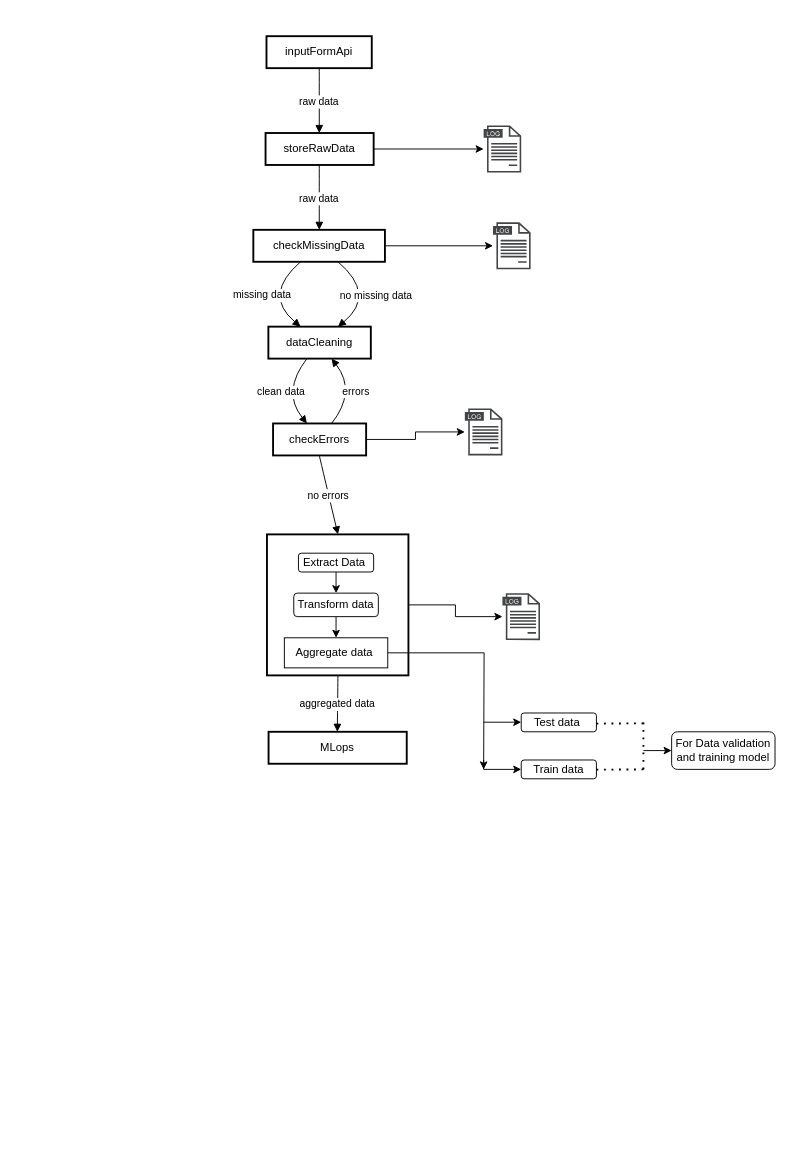
Before: Untitled Diagram.drawio in samyak9anand/Python_Data_Science, a draw.io diagram. Source tidied: cells renumbered, new cells numbered last; positions are measured from the earlier drawing's top-left corner, leaving out a move shared by most shapes. Both pictures are drawn from the tidied source at 94%, with x=0, y=0 at pixel (253, 36).
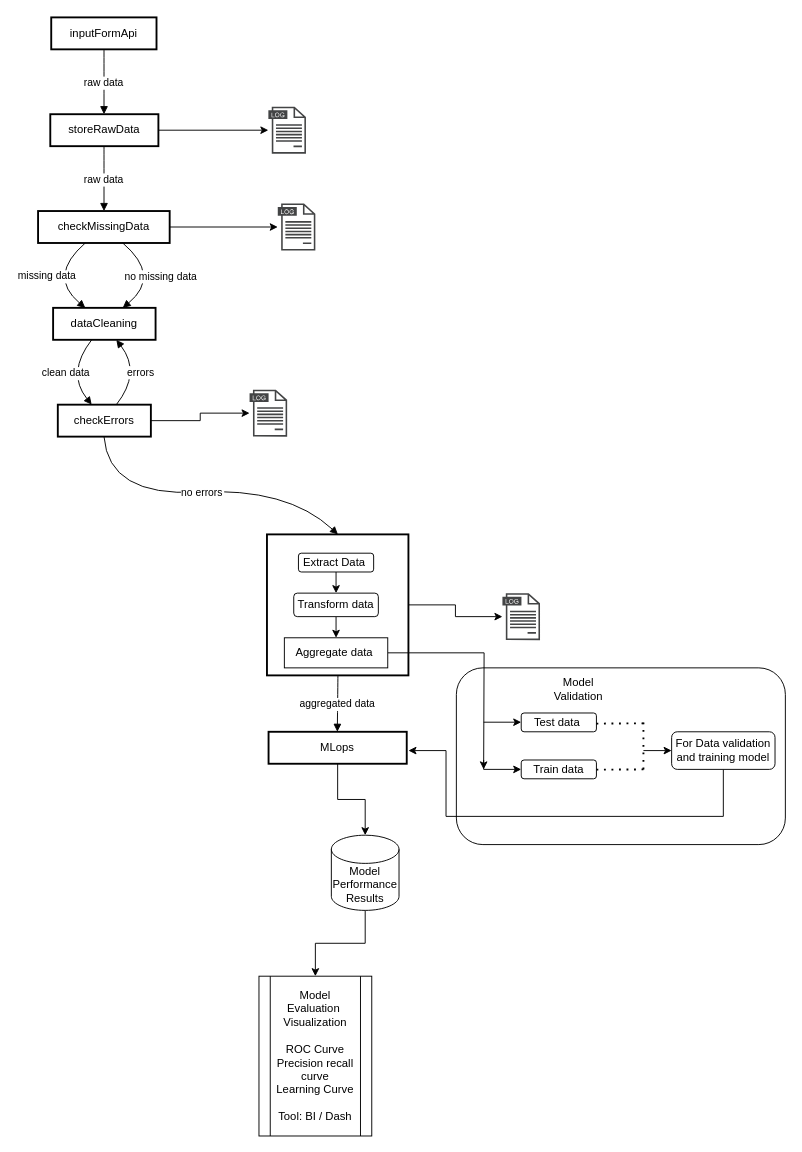
The same page after the edit.

The change refers to these unchanged cells:
```xml
<mxCell id="11" style="whiteSpace=wrap;strokeWidth=2;" parent="1" vertex="1">
  <mxGeometry x="14.5" y="530" width="150.5" height="150" as="geometry" />
</mxCell>
<mxCell id="12" value="MLops" style="whiteSpace=wrap;strokeWidth=2;" parent="1" vertex="1">
  <mxGeometry x="16.2" y="740" width="147" height="34" as="geometry" />
</mxCell>
<mxCell id="35" value="For Data validation and training model" style="rounded=1;whiteSpace=wrap;html=1;" parent="1" vertex="1">
  <mxGeometry x="445" y="740" width="110" height="40" as="geometry" />
</mxCell>
```

What changed in the source:
```diff
@@
+    <mxCell id="40" style="rounded=1;whiteSpace=wrap;html=1;" parent="1" vertex="1">
+      <mxGeometry x="216" y="672" width="350" height="188" as="geometry" />
+    </mxCell>
     <mxCell id="2" value="inputFormApi" style="whiteSpace=wrap;strokeWidth=2;" parent="1" vertex="1">
-      <mxGeometry x="14" width="112" height="34" as="geometry" />
+      <mxGeometry x="-215" y="-20" width="112" height="34" as="geometry" />
     </mxCell>
@@
     <mxCell id="4" value="storeRawData" style="whiteSpace=wrap;strokeWidth=2;" parent="1" vertex="1">
-      <mxGeometry x="13" y="103" width="115" height="34" as="geometry" />
+      <mxGeometry x="-216" y="83" width="115" height="34" as="geometry" />
     </mxCell>
@@
     <mxCell id="6" value="checkMissingData" style="whiteSpace=wrap;strokeWidth=2;" parent="1" vertex="1">
-      <mxGeometry y="206" width="140" height="34" as="geometry" />
+      <mxGeometry x="-229" y="186" width="140" height="34" as="geometry" />
     </mxCell>
     <mxCell id="7" value="dataCleaning" style="whiteSpace=wrap;strokeWidth=2;" parent="1" vertex="1">
-      <mxGeometry x="16" y="309" width="109" height="34" as="geometry" />
+      <mxGeometry x="-213" y="289" width="109" height="34" as="geometry" />
     </mxCell>
@@
     <mxCell id="9" value="checkErrors" style="whiteSpace=wrap;strokeWidth=2;" parent="1" vertex="1">
-      <mxGeometry x="21" y="412" width="99" height="34" as="geometry" />
+      <mxGeometry x="-208" y="392" width="99" height="34" as="geometry" />
     </mxCell>
@@
+    <mxCell id="41" style="edgeStyle=orthogonalEdgeStyle;rounded=0;jettySize=auto;html=1;" parent="1" edge="1" source="12" target="45">
+      <mxGeometry relative="1" as="geometry" />
+    </mxCell>
@@
     <mxCell id="15" value="missing data" style="curved=1;startArrow=none;endArrow=block;exitX=0.35881682884015254;exitY=1;entryX=0.31407666089560876;entryY=0;" parent="1" edge="1" source="6" target="7">
       <mxGeometry relative="1" as="geometry">
         <Array as="points">
-          <mxPoint x="10" y="275" />
+          <mxPoint x="-219" y="255" />
         </Array>
       </mxGeometry>
     </mxCell>
     <mxCell id="16" value="no missing data" style="curved=1;startArrow=none;endArrow=block;exitX=0.643387412231276;exitY=1;entryX=0.6795801624988866;entryY=0;" parent="1" edge="1" source="6" target="7">
       <mxGeometry relative="1" as="geometry">
         <Array as="points">
-          <mxPoint x="131" y="275" />
+          <mxPoint x="-98" y="255" />
         </Array>
       </mxGeometry>
     </mxCell>
     <mxCell id="17" value="clean data" style="curved=1;startArrow=none;endArrow=block;exitX=0.37647262876324933;exitY=1;entryX=0.3639951165171129;entryY=0;" parent="1" edge="1" source="7" target="9">
       <mxGeometry relative="1" as="geometry">
         <Array as="points">
-          <mxPoint x="30" y="378" />
+          <mxPoint x="-199" y="358" />
         </Array>
       </mxGeometry>
     </mxCell>
     <mxCell id="18" value="errors" style="curved=1;startArrow=none;endArrow=block;exitX=0.6290209819677356;exitY=0;entryX=0.6171841946312461;entryY=1;" parent="1" edge="1" source="9" target="7">
       <mxGeometry relative="1" as="geometry">
         <Array as="points">
-          <mxPoint x="110" y="378" />
+          <mxPoint x="-119" y="358" />
         </Array>
       </mxGeometry>
     </mxCell>
     <mxCell id="19" value="no errors" style="curved=1;startArrow=none;endArrow=block;exitX=0.49650804924242425;exitY=1;entryX=0.5016414561170213;entryY=0;" parent="1" edge="1" source="9" target="11">
-      <mxGeometry relative="1" as="geometry" />
+      <mxGeometry relative="1" as="geometry">
+        <Array as="points">
+          <mxPoint x="-154" y="490" />
+          <mxPoint x="36" y="480" />
+        </Array>
+      </mxGeometry>
     </mxCell>
@@
+    <mxCell id="42" style="edgeStyle=orthogonalEdgeStyle;rounded=0;jettySize=auto;html=1;" parent="1" edge="1" source="35">
+      <mxGeometry relative="1" as="geometry">
+        <mxPoint x="165" y="760" as="targetPoint" />
+        <Array as="points">
+          <mxPoint x="500" y="830" />
+          <mxPoint x="205" y="830" />
+          <mxPoint x="205" y="760" />
+        </Array>
+      </mxGeometry>
+    </mxCell>
@@
     <mxCell id="36" style="sketch=0;shadow=0;dashed=0;html=1;strokeColor=none;fillColor=#434445;labelPosition=center;verticalLabelPosition=bottom;verticalAlign=top;align=center;outlineConnect=0;shape=mxgraph.vvd.log_files;" parent="1" vertex="1">
-      <mxGeometry x="245" y="95" width="40" height="50" as="geometry" />
+      <mxGeometry x="16" y="75" width="40" height="50" as="geometry" />
     </mxCell>
@@
     <mxCell id="38" style="sketch=0;shadow=0;dashed=0;html=1;strokeColor=none;fillColor=#434445;labelPosition=center;verticalLabelPosition=bottom;verticalAlign=top;align=center;outlineConnect=0;shape=mxgraph.vvd.log_files;" parent="1" vertex="1">
-      <mxGeometry x="255" y="198" width="40" height="50" as="geometry" />
+      <mxGeometry x="26" y="178" width="40" height="50" as="geometry" />
     </mxCell>
     <mxCell id="39" style="sketch=0;shadow=0;dashed=0;html=1;strokeColor=none;fillColor=#434445;labelPosition=center;verticalLabelPosition=bottom;verticalAlign=top;align=center;outlineConnect=0;shape=mxgraph.vvd.log_files;" parent="1" vertex="1">
-      <mxGeometry x="225" y="396" width="40" height="50" as="geometry" />
+      <mxGeometry x="-4" y="376" width="40" height="50" as="geometry" />
     </mxCell>
+    <mxCell id="43" value="Model Evaluation&amp;nbsp; Visualization&lt;br&gt;&lt;br&gt;ROC Curve&lt;br&gt;Precision recall curve&lt;br&gt;Learning Curve&lt;br&gt;&lt;br&gt;Tool: BI / Dash" style="shape=process;whiteSpace=wrap;html=1;backgroundOutline=1;" parent="1" vertex="1">
+      <mxGeometry x="6" y="1000" width="120" height="170" as="geometry" />
+    </mxCell>
+    <mxCell id="44" style="edgeStyle=orthogonalEdgeStyle;rounded=0;jettySize=auto;html=1;" parent="1" edge="1" source="45" target="43">
+      <mxGeometry relative="1" as="geometry" />
+    </mxCell>
+    <mxCell id="45" value="Model Performance Results" style="shape=cylinder3;whiteSpace=wrap;html=1;boundedLbl=1;backgroundOutline=1;size=15;" parent="1" vertex="1">
+      <mxGeometry x="83" y="850" width="72" height="80" as="geometry" />
+    </mxCell>
+    <mxCell id="46" value="Model Validation" style="text;html=1;align=center;verticalAlign=middle;whiteSpace=wrap;rounded=0;" parent="1" vertex="1">
+      <mxGeometry x="316" y="680" width="60" height="30" as="geometry" />
+    </mxCell>
```
